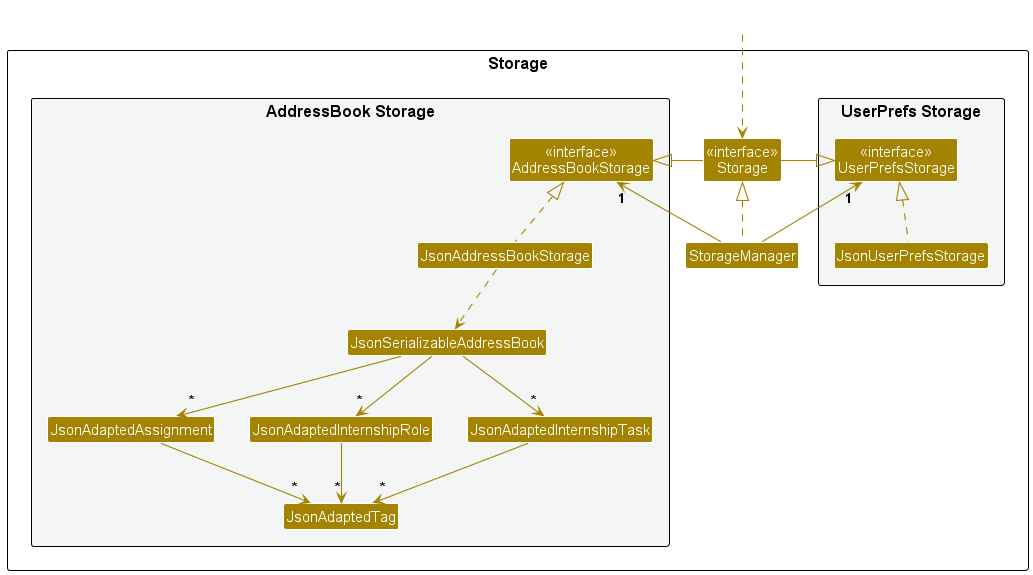
Earlier version of the PlantUML export docs/images/StorageClassDiagram.png (seewhyjay/tp).
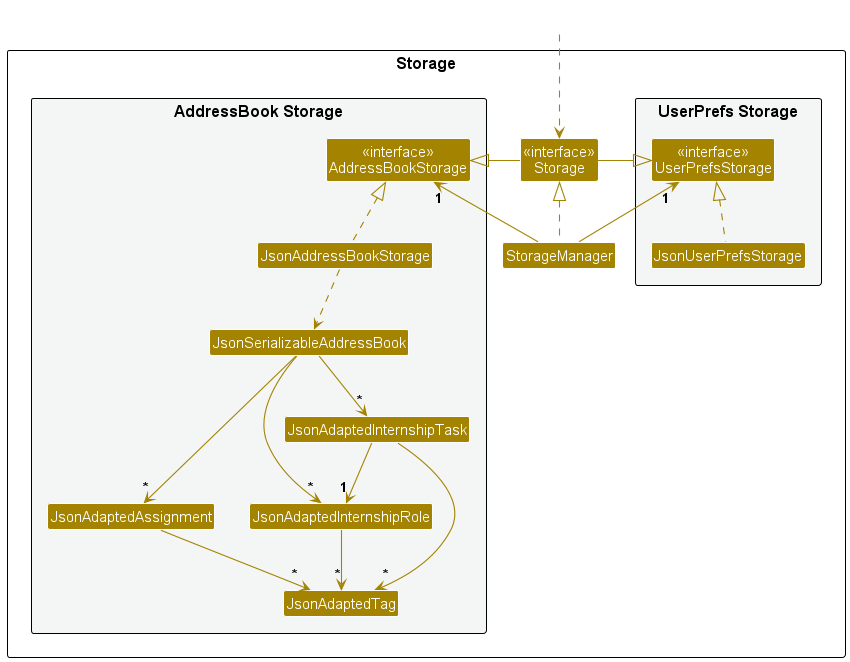
The same diagram one commit later.

The edit, as a diff of the source:
```diff
@@ -45,5 +45,6 @@
 JsonAdaptedAssignment --> "*" JsonAdaptedTag
 JsonAdaptedInternshipRole --> "*" JsonAdaptedTag
 JsonAdaptedInternshipTask --> "*" JsonAdaptedTag
+JsonAdaptedInternshipTask --> "1" JsonAdaptedInternshipRole
 
 @enduml
```
